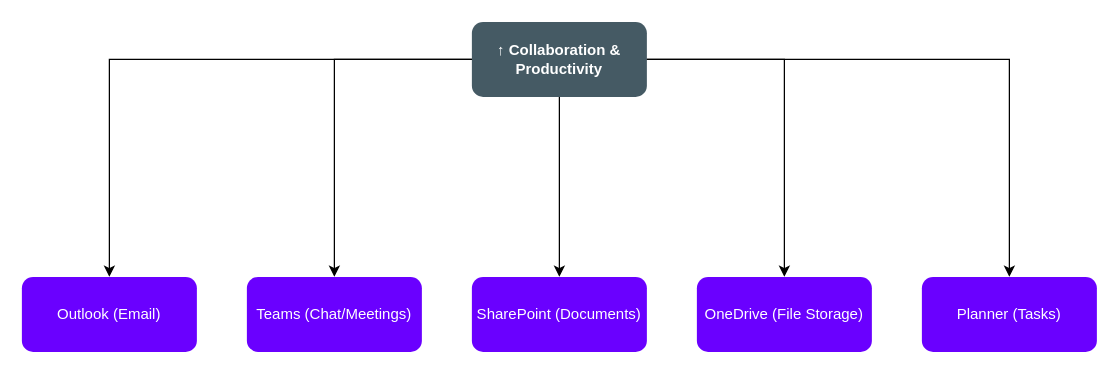
honerl/company-architecture keeps this draw.io diagram as page "Identity and Access Management" (6 of 15) of architecture.drawio. Above is the earlier version. Source tidied: cells renumbered, new cells numbered last; positions are measured from the earlier drawing's top-left corner, leaving out a move shared by most shapes. Both pictures are drawn from the tidied source at 125%, with x=0, y=0 at pixel (21, 21).
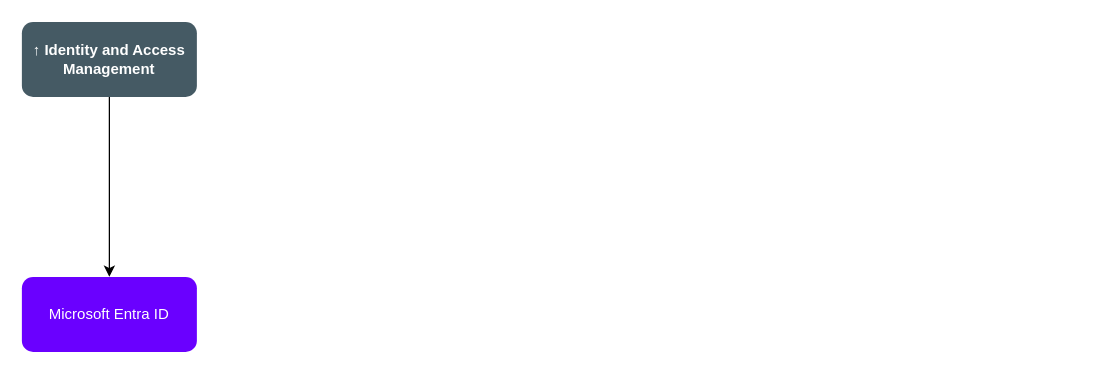
After the change.

Change to the diagram source:
```diff
@@
 <mxGraphModel>
   <root>
     <mxCell id="0" />
     <mxCell id="1" parent="0" />
-    <mxCell id="2" value="↑ Collaboration &amp; Productivity" style="rounded=1;whiteSpace=wrap;html=1;fillColor=#455a64;fontColor=#ffffff;strokeColor=none;fontStyle=1;" parent="1" vertex="1">
-      <mxGeometry x="360" width="140" height="60" as="geometry" />
+    <mxCell id="2" value="↑ Identity and Access Management" style="rounded=1;whiteSpace=wrap;html=1;fillColor=#455a64;fontColor=#ffffff;strokeColor=none;fontStyle=1;" parent="1" vertex="1">
+      <mxGeometry width="140" height="60" as="geometry" />
     </mxCell>
-    <mxCell id="3" value="Outlook (Email)" style="rounded=1;whiteSpace=wrap;html=1;fillColor=#6a00ff;fontColor=#ffffff;strokeColor=none;" parent="1" vertex="1">
+    <mxCell id="3" value="Microsoft Entra ID" style="rounded=1;whiteSpace=wrap;html=1;fillColor=#6a00ff;fontColor=#ffffff;strokeColor=none;" parent="1" vertex="1">
       <mxGeometry y="204" width="140" height="60" as="geometry" />
     </mxCell>
-    <mxCell id="4" value="Teams (Chat/Meetings)" style="rounded=1;whiteSpace=wrap;html=1;fillColor=#6a00ff;fontColor=#ffffff;strokeColor=none;" parent="1" vertex="1">
-      <mxGeometry x="180" y="204" width="140" height="60" as="geometry" />
-    </mxCell>
-    <mxCell id="5" value="SharePoint (Documents)" style="rounded=1;whiteSpace=wrap;html=1;fillColor=#6a00ff;fontColor=#ffffff;strokeColor=none;" parent="1" vertex="1">
-      <mxGeometry x="360" y="204" width="140" height="60" as="geometry" />
-    </mxCell>
-    <mxCell id="6" value="OneDrive (File Storage)" style="rounded=1;whiteSpace=wrap;html=1;fillColor=#6a00ff;fontColor=#ffffff;strokeColor=none;" parent="1" vertex="1">
-      <mxGeometry x="540" y="204" width="140" height="60" as="geometry" />
-    </mxCell>
-    <mxCell id="7" value="Planner (Tasks)" style="rounded=1;whiteSpace=wrap;html=1;fillColor=#6a00ff;fontColor=#ffffff;strokeColor=none;" parent="1" vertex="1">
-      <mxGeometry x="720" y="204" width="140" height="60" as="geometry" />
-    </mxCell>
     <mxCell id="8" style="edgeStyle=orthogonalEdgeStyle;rounded=0;html=1;" parent="1" edge="1" source="2" target="3">
       <mxGeometry relative="1" as="geometry" />
     </mxCell>
-    <mxCell id="9" style="edgeStyle=orthogonalEdgeStyle;rounded=0;html=1;" parent="1" edge="1" source="2" target="4">
-      <mxGeometry relative="1" as="geometry" />
-    </mxCell>
-    <mxCell id="10" style="edgeStyle=orthogonalEdgeStyle;rounded=0;html=1;" parent="1" edge="1" source="2" target="5">
-      <mxGeometry relative="1" as="geometry" />
-    </mxCell>
-    <mxCell id="11" style="edgeStyle=orthogonalEdgeStyle;rounded=0;html=1;" parent="1" edge="1" source="2" target="6">
-      <mxGeometry relative="1" as="geometry" />
-    </mxCell>
-    <mxCell id="12" style="edgeStyle=orthogonalEdgeStyle;rounded=0;html=1;" parent="1" edge="1" source="2" target="7">
-      <mxGeometry relative="1" as="geometry" />
-    </mxCell>
   </root>
 </mxGraphModel>
```
